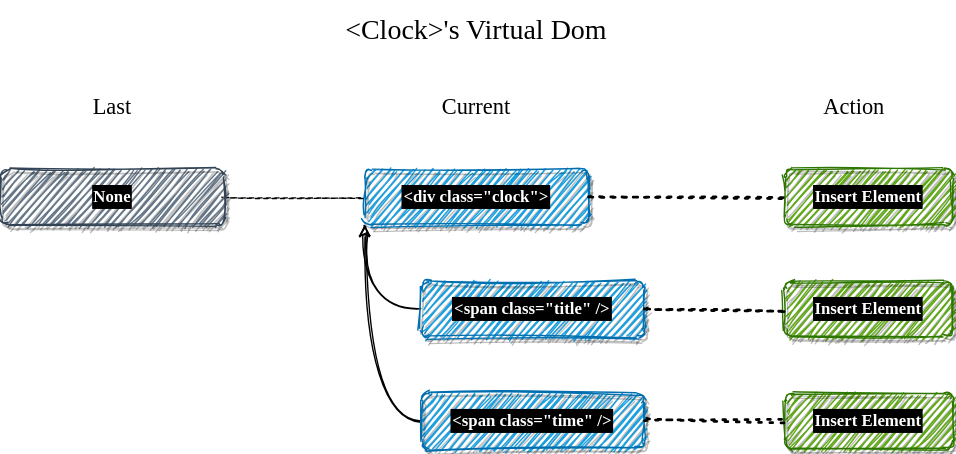
Above: Slides/Fusion_v2/diagrams/virtual-dom/2.dio.svg in alexyakunin/Stl.Fusion.Materials (draw.io), before the change. Source tidied: cells renumbered, new cells last; positions are measured from the earlier drawing's top-left corner, leaving out a move shared by most shapes. Its diagram source:
```xml
<mxGraphModel>
  <root>
    <mxCell id="0" />
    <mxCell id="1" parent="0" />
    <mxCell id="2" value="&amp;lt;div class=&quot;clock&quot;&amp;gt;" style="whiteSpace=wrap;html=1;fillColor=#1ba1e2;strokeColor=#006EAF;fontColor=#ffffff;fontFamily=Comic Sans MS;fontStyle=1;labelBackgroundColor=#000000;labelBorderColor=#000000;strokeWidth=1;perimeterSpacing=0;shadow=1;glass=0;rounded=1;sketch=1;" parent="1" vertex="1">
      <mxGeometry x="260" y="120" width="160" height="40" as="geometry" />
    </mxCell>
    <mxCell id="3" style="edgeStyle=orthogonalEdgeStyle;rounded=0;jettySize=auto;html=1;exitX=0;exitY=0.5;exitDx=0;exitDy=0;entryX=0;entryY=1;entryDx=0;entryDy=0;sketch=1;curved=1;" parent="1" edge="1" source="4" target="2">
      <mxGeometry relative="1" as="geometry" />
    </mxCell>
    <mxCell id="4" value="&amp;lt;span class=&quot;title&quot; /&amp;gt;" style="whiteSpace=wrap;html=1;fillColor=#1ba1e2;strokeColor=#006EAF;fontColor=#ffffff;fontFamily=Comic Sans MS;fontStyle=1;labelBackgroundColor=#000000;labelBorderColor=#000000;strokeWidth=1;perimeterSpacing=0;shadow=1;glass=0;rounded=1;sketch=1;" parent="1" vertex="1">
      <mxGeometry x="300" y="200" width="160" height="40" as="geometry" />
    </mxCell>
    <mxCell id="5" style="edgeStyle=orthogonalEdgeStyle;rounded=0;jettySize=auto;html=1;exitX=0;exitY=0.5;exitDx=0;exitDy=0;sketch=1;curved=1;" parent="1" edge="1" source="6">
      <mxGeometry relative="1" as="geometry">
        <mxPoint x="260" y="160" as="targetPoint" />
      </mxGeometry>
    </mxCell>
    <mxCell id="6" value="&amp;lt;span class=&quot;time&quot; /&amp;gt;" style="whiteSpace=wrap;html=1;fillColor=#1ba1e2;strokeColor=#006EAF;fontColor=#ffffff;fontFamily=Comic Sans MS;fontStyle=1;labelBackgroundColor=#000000;labelBorderColor=#000000;strokeWidth=1;perimeterSpacing=0;shadow=1;glass=0;rounded=1;sketch=1;" parent="1" vertex="1">
      <mxGeometry x="300" y="280" width="160" height="40" as="geometry" />
    </mxCell>
    <mxCell id="7" value="&amp;lt;Clock&amp;gt;'s Virtual Dom" style="text;html=1;align=center;verticalAlign=middle;whiteSpace=wrap;rounded=0;shadow=1;glass=0;fontFamily=Comic Sans MS;fontSize=20;sketch=1;" parent="1" vertex="1">
      <mxGeometry x="200" width="280" height="40" as="geometry" />
    </mxCell>
    <mxCell id="8" value="Last" style="text;html=1;align=center;verticalAlign=middle;whiteSpace=wrap;rounded=0;shadow=1;glass=0;fontFamily=Comic Sans MS;fontSize=16;sketch=1;" parent="1" vertex="1">
      <mxGeometry y="60" width="160" height="30" as="geometry" />
    </mxCell>
    <mxCell id="9" value="Current" style="text;html=1;align=center;verticalAlign=middle;whiteSpace=wrap;rounded=0;shadow=1;glass=0;fontFamily=Comic Sans MS;fontSize=16;sketch=1;" parent="1" vertex="1">
      <mxGeometry x="260" y="60" width="160" height="30" as="geometry" />
    </mxCell>
    <mxCell id="10" style="endArrow=none;dashed=1;html=1;fontFamily=Comic Sans MS;fontSize=16;exitX=1;exitY=0.5;exitDx=0;exitDy=0;entryX=0;entryY=0.5;entryDx=0;entryDy=0;sketch=1;curved=1;" parent="1" edge="1" source="21" target="2">
      <mxGeometry relative="1" as="geometry" />
    </mxCell>
    <mxCell id="11" value="Action" style="text;html=1;align=center;verticalAlign=middle;whiteSpace=wrap;rounded=0;shadow=1;glass=0;fontFamily=Comic Sans MS;fontSize=16;sketch=1;" parent="1" vertex="1">
      <mxGeometry x="550" y="60" width="120" height="30" as="geometry" />
    </mxCell>
    <mxCell id="12" value="Insert Element" style="whiteSpace=wrap;html=1;fillColor=#60a917;strokeColor=#2D7600;fontColor=#ffffff;fontFamily=Comic Sans MS;fontStyle=1;labelBackgroundColor=#000000;labelBorderColor=#000000;strokeWidth=1;perimeterSpacing=0;shadow=1;glass=0;rounded=1;sketch=1;" parent="1" vertex="1">
      <mxGeometry x="560" y="200" width="120" height="40" as="geometry" />
    </mxCell>
    <mxCell id="13" value="Insert Element" style="whiteSpace=wrap;html=1;fillColor=#60a917;strokeColor=#2D7600;fontColor=#ffffff;fontFamily=Comic Sans MS;fontStyle=1;labelBackgroundColor=#000000;labelBorderColor=#000000;strokeWidth=1;perimeterSpacing=0;shadow=1;glass=0;rounded=1;sketch=1;" parent="1" vertex="1">
      <mxGeometry x="560" y="120" width="120" height="40" as="geometry" />
    </mxCell>
    <mxCell id="14" value="Insert Element" style="whiteSpace=wrap;html=1;fillColor=#60a917;strokeColor=#2D7600;fontColor=#ffffff;fontFamily=Comic Sans MS;fontStyle=1;labelBackgroundColor=#000000;labelBorderColor=#000000;strokeWidth=1;perimeterSpacing=0;shadow=1;glass=0;rounded=1;sketch=1;" parent="1" vertex="1">
      <mxGeometry x="560" y="280" width="120" height="40" as="geometry" />
    </mxCell>
    <mxCell id="15" style="endArrow=none;dashed=1;html=1;dashPattern=1 3;strokeWidth=2;fontFamily=Comic Sans MS;fontSize=16;entryX=0;entryY=0.5;entryDx=0;entryDy=0;exitX=1;exitY=0.5;exitDx=0;exitDy=0;sketch=1;curved=1;" parent="1" edge="1" source="2" target="13">
      <mxGeometry relative="1" as="geometry" />
    </mxCell>
    <mxCell id="16" style="endArrow=none;dashed=1;html=1;dashPattern=1 3;strokeWidth=2;fontFamily=Comic Sans MS;fontSize=16;exitX=1;exitY=0.5;exitDx=0;exitDy=0;entryX=0;entryY=0.5;entryDx=0;entryDy=0;sketch=1;curved=1;" parent="1" edge="1" source="6" target="14">
      <mxGeometry relative="1" as="geometry" />
    </mxCell>
    <mxCell id="17" style="endArrow=none;dashed=1;html=1;dashPattern=1 3;strokeWidth=2;fontFamily=Comic Sans MS;fontSize=16;exitX=1;exitY=0.5;exitDx=0;exitDy=0;entryX=0;entryY=0.5;entryDx=0;entryDy=0;sketch=1;curved=1;" parent="1" edge="1" source="4" target="12">
      <mxGeometry relative="1" as="geometry" />
    </mxCell>
    <mxCell id="18" value="&amp;lt;Clock&amp;gt;'s Virtual Dom" style="text;html=1;align=center;verticalAlign=middle;whiteSpace=wrap;rounded=0;shadow=1;glass=0;fontFamily=Comic Sans MS;fontSize=20;sketch=1;labelBackgroundColor=#ffffff;fontColor=#000000;" parent="1" vertex="1">
      <mxGeometry x="200" width="280" height="40" as="geometry" />
    </mxCell>
    <mxCell id="19" value="Last" style="text;html=1;align=center;verticalAlign=middle;whiteSpace=wrap;rounded=0;shadow=1;glass=0;fontFamily=Comic Sans MS;fontSize=16;sketch=1;labelBackgroundColor=#ffffff;fontColor=#000000;" parent="1" vertex="1">
      <mxGeometry y="60" width="160" height="30" as="geometry" />
    </mxCell>
    <mxCell id="20" value="Current" style="text;html=1;align=center;verticalAlign=middle;whiteSpace=wrap;rounded=0;shadow=1;glass=0;fontFamily=Comic Sans MS;fontSize=16;sketch=1;labelBackgroundColor=#ffffff;fontColor=#000000;" parent="1" vertex="1">
      <mxGeometry x="260" y="60" width="160" height="30" as="geometry" />
    </mxCell>
    <mxCell id="21" value="None" style="whiteSpace=wrap;html=1;fillColor=#647687;strokeColor=#314354;fontColor=#ffffff;fontFamily=Comic Sans MS;fontStyle=1;labelBackgroundColor=#000000;labelBorderColor=#000000;strokeWidth=1;perimeterSpacing=0;shadow=1;glass=0;rounded=1;sketch=1;" parent="1" vertex="1">
      <mxGeometry y="120" width="160" height="40" as="geometry" />
    </mxCell>
  </root>
</mxGraphModel>
```
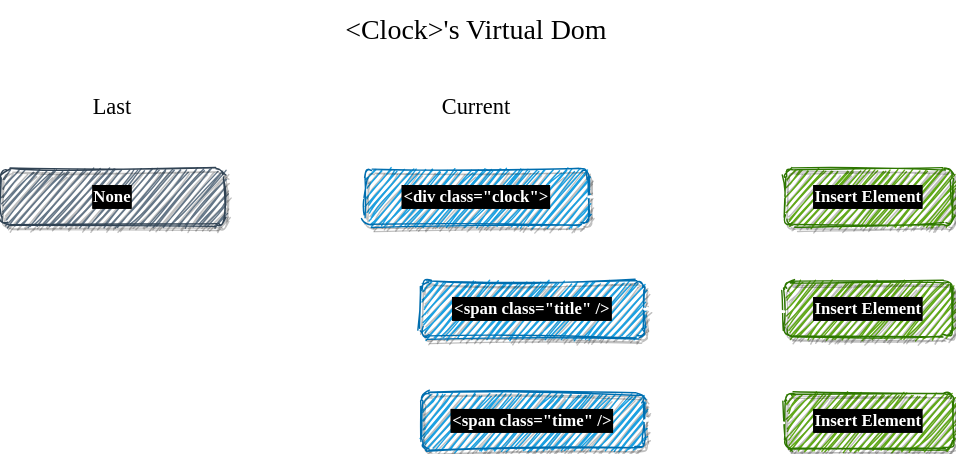
After the change.

Diff of the diagram source:
```diff
@@ -5,13 +5,13 @@
     <mxCell id="2" value="&amp;lt;div class=&quot;clock&quot;&amp;gt;" style="whiteSpace=wrap;html=1;fillColor=#1ba1e2;strokeColor=#006EAF;fontColor=#ffffff;fontFamily=Comic Sans MS;fontStyle=1;labelBackgroundColor=#000000;labelBorderColor=#000000;strokeWidth=1;perimeterSpacing=0;shadow=1;glass=0;rounded=1;sketch=1;" parent="1" vertex="1">
       <mxGeometry x="260" y="120" width="160" height="40" as="geometry" />
     </mxCell>
-    <mxCell id="3" style="edgeStyle=orthogonalEdgeStyle;rounded=0;jettySize=auto;html=1;exitX=0;exitY=0.5;exitDx=0;exitDy=0;entryX=0;entryY=1;entryDx=0;entryDy=0;sketch=1;curved=1;" parent="1" edge="1" source="4" target="2">
+    <mxCell id="3" style="edgeStyle=orthogonalEdgeStyle;rounded=0;jettySize=auto;html=1;exitX=0;exitY=0.5;exitDx=0;exitDy=0;entryX=0;entryY=1;entryDx=0;entryDy=0;sketch=1;curved=1;strokeColor=#FFFFFF;" parent="1" edge="1" source="4" target="2">
       <mxGeometry relative="1" as="geometry" />
     </mxCell>
     <mxCell id="4" value="&amp;lt;span class=&quot;title&quot; /&amp;gt;" style="whiteSpace=wrap;html=1;fillColor=#1ba1e2;strokeColor=#006EAF;fontColor=#ffffff;fontFamily=Comic Sans MS;fontStyle=1;labelBackgroundColor=#000000;labelBorderColor=#000000;strokeWidth=1;perimeterSpacing=0;shadow=1;glass=0;rounded=1;sketch=1;" parent="1" vertex="1">
       <mxGeometry x="300" y="200" width="160" height="40" as="geometry" />
     </mxCell>
-    <mxCell id="5" style="edgeStyle=orthogonalEdgeStyle;rounded=0;jettySize=auto;html=1;exitX=0;exitY=0.5;exitDx=0;exitDy=0;sketch=1;curved=1;" parent="1" edge="1" source="6">
+    <mxCell id="5" style="edgeStyle=orthogonalEdgeStyle;rounded=0;jettySize=auto;html=1;exitX=0;exitY=0.5;exitDx=0;exitDy=0;sketch=1;curved=1;strokeColor=#FFFFFF;" parent="1" edge="1" source="6">
       <mxGeometry relative="1" as="geometry">
         <mxPoint x="260" y="160" as="targetPoint" />
       </mxGeometry>
@@ -28,10 +28,10 @@
     <mxCell id="9" value="Current" style="text;html=1;align=center;verticalAlign=middle;whiteSpace=wrap;rounded=0;shadow=1;glass=0;fontFamily=Comic Sans MS;fontSize=16;sketch=1;" parent="1" vertex="1">
       <mxGeometry x="260" y="60" width="160" height="30" as="geometry" />
     </mxCell>
-    <mxCell id="10" style="endArrow=none;dashed=1;html=1;fontFamily=Comic Sans MS;fontSize=16;exitX=1;exitY=0.5;exitDx=0;exitDy=0;entryX=0;entryY=0.5;entryDx=0;entryDy=0;sketch=1;curved=1;" parent="1" edge="1" source="21" target="2">
+    <mxCell id="10" style="endArrow=none;dashed=1;html=1;fontFamily=Comic Sans MS;fontSize=16;exitX=1;exitY=0.5;exitDx=0;exitDy=0;entryX=0;entryY=0.5;entryDx=0;entryDy=0;sketch=1;curved=1;strokeColor=#FFFFFF;" parent="1" edge="1" source="21" target="2">
       <mxGeometry relative="1" as="geometry" />
     </mxCell>
-    <mxCell id="11" value="Action" style="text;html=1;align=center;verticalAlign=middle;whiteSpace=wrap;rounded=0;shadow=1;glass=0;fontFamily=Comic Sans MS;fontSize=16;sketch=1;" parent="1" vertex="1">
+    <mxCell id="11" value="Action" style="text;html=1;align=center;verticalAlign=middle;whiteSpace=wrap;rounded=0;shadow=1;glass=0;fontFamily=Comic Sans MS;fontSize=16;sketch=1;fontColor=#FFFFFF;" parent="1" vertex="1">
       <mxGeometry x="550" y="60" width="120" height="30" as="geometry" />
     </mxCell>
     <mxCell id="12" value="Insert Element" style="whiteSpace=wrap;html=1;fillColor=#60a917;strokeColor=#2D7600;fontColor=#ffffff;fontFamily=Comic Sans MS;fontStyle=1;labelBackgroundColor=#000000;labelBorderColor=#000000;strokeWidth=1;perimeterSpacing=0;shadow=1;glass=0;rounded=1;sketch=1;" parent="1" vertex="1">
@@ -43,13 +43,13 @@
     <mxCell id="14" value="Insert Element" style="whiteSpace=wrap;html=1;fillColor=#60a917;strokeColor=#2D7600;fontColor=#ffffff;fontFamily=Comic Sans MS;fontStyle=1;labelBackgroundColor=#000000;labelBorderColor=#000000;strokeWidth=1;perimeterSpacing=0;shadow=1;glass=0;rounded=1;sketch=1;" parent="1" vertex="1">
       <mxGeometry x="560" y="280" width="120" height="40" as="geometry" />
     </mxCell>
-    <mxCell id="15" style="endArrow=none;dashed=1;html=1;dashPattern=1 3;strokeWidth=2;fontFamily=Comic Sans MS;fontSize=16;entryX=0;entryY=0.5;entryDx=0;entryDy=0;exitX=1;exitY=0.5;exitDx=0;exitDy=0;sketch=1;curved=1;" parent="1" edge="1" source="2" target="13">
+    <mxCell id="15" style="endArrow=none;dashed=1;html=1;dashPattern=1 3;strokeWidth=2;fontFamily=Comic Sans MS;fontSize=16;entryX=0;entryY=0.5;entryDx=0;entryDy=0;exitX=1;exitY=0.5;exitDx=0;exitDy=0;sketch=1;curved=1;strokeColor=#FFFFFF;" parent="1" edge="1" source="2" target="13">
       <mxGeometry relative="1" as="geometry" />
     </mxCell>
-    <mxCell id="16" style="endArrow=none;dashed=1;html=1;dashPattern=1 3;strokeWidth=2;fontFamily=Comic Sans MS;fontSize=16;exitX=1;exitY=0.5;exitDx=0;exitDy=0;entryX=0;entryY=0.5;entryDx=0;entryDy=0;sketch=1;curved=1;" parent="1" edge="1" source="6" target="14">
+    <mxCell id="16" style="endArrow=none;dashed=1;html=1;dashPattern=1 3;strokeWidth=2;fontFamily=Comic Sans MS;fontSize=16;exitX=1;exitY=0.5;exitDx=0;exitDy=0;entryX=0;entryY=0.5;entryDx=0;entryDy=0;sketch=1;curved=1;strokeColor=#FFFFFF;" parent="1" edge="1" source="6" target="14">
       <mxGeometry relative="1" as="geometry" />
     </mxCell>
-    <mxCell id="17" style="endArrow=none;dashed=1;html=1;dashPattern=1 3;strokeWidth=2;fontFamily=Comic Sans MS;fontSize=16;exitX=1;exitY=0.5;exitDx=0;exitDy=0;entryX=0;entryY=0.5;entryDx=0;entryDy=0;sketch=1;curved=1;" parent="1" edge="1" source="4" target="12">
+    <mxCell id="17" style="endArrow=none;dashed=1;html=1;dashPattern=1 3;strokeWidth=2;fontFamily=Comic Sans MS;fontSize=16;exitX=1;exitY=0.5;exitDx=0;exitDy=0;entryX=0;entryY=0.5;entryDx=0;entryDy=0;sketch=1;curved=1;strokeColor=#FFFFFF;" parent="1" edge="1" source="4" target="12">
       <mxGeometry relative="1" as="geometry" />
     </mxCell>
     <mxCell id="18" value="&amp;lt;Clock&amp;gt;'s Virtual Dom" style="text;html=1;align=center;verticalAlign=middle;whiteSpace=wrap;rounded=0;shadow=1;glass=0;fontFamily=Comic Sans MS;fontSize=20;sketch=1;labelBackgroundColor=#ffffff;fontColor=#000000;" parent="1" vertex="1">
```
